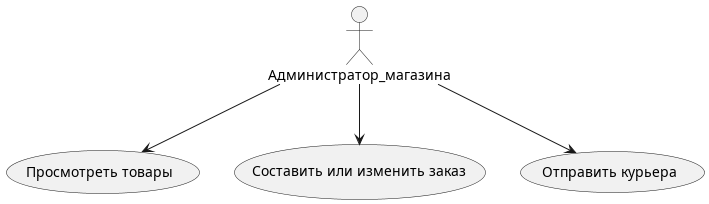
The PlantUML diagram uml-диаграммы/out/диаграммы_прецедентов_Администратор_магазина/Администратор_мазагина.png in BombasticFantastik/PIS_Course_work, before a commit.
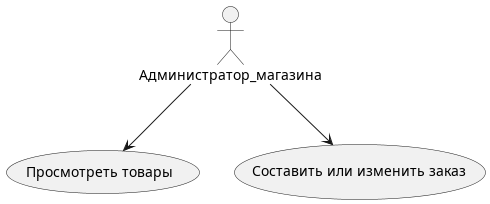
The same diagram one commit later.

Diff of the diagram source:
```diff
@@ -2,7 +2,7 @@
 
 Администратор_магазина --> (Просмотреть товары)
 Администратор_магазина --> (Составить или изменить заказ)
-Администратор_магазина --> (Отправить курьера)
+
 
 
 @enduml
```
